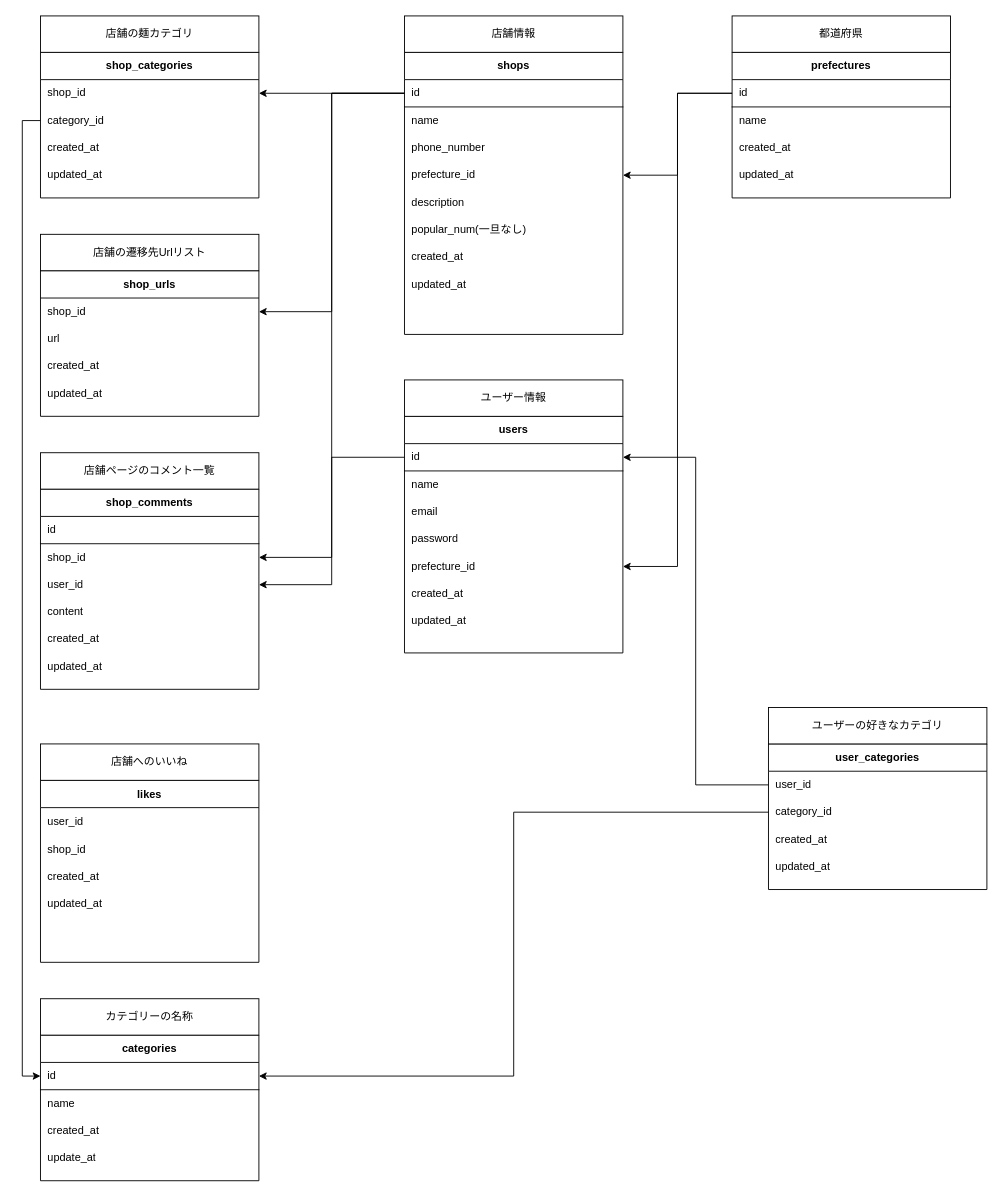
Above: er.dio in ny-bin/r-men-front (draw.io), before the change. Source tidied: cells renumbered, new cells numbered last; positions are measured from the earlier drawing's top-left corner, leaving out a move shared by most shapes. Both pictures are drawn from the tidied source at 91%, with x=0, y=0 at pixel (40, 15).
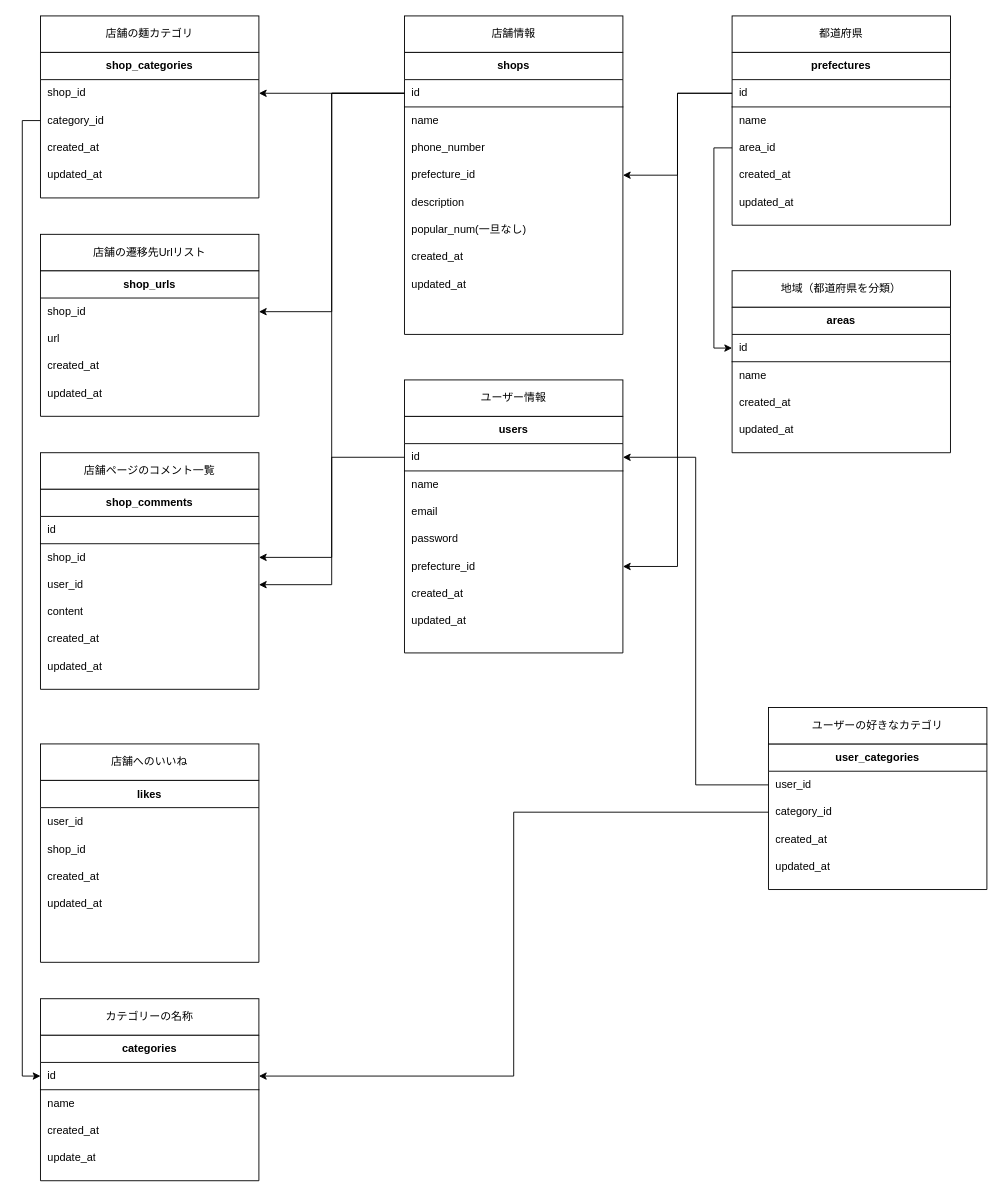
Above is the later version.

Change to the diagram source:
```diff
@@
     <mxCell id="52" value="prefectures" style="shape=table;html=1;whiteSpace=wrap;startSize=30;childLayout=tableLayout;rowLines=0;fontStyle=1;align=center;" parent="1" vertex="1">
-      <mxGeometry x="760" y="40" width="240" height="160" as="geometry" />
+      <mxGeometry x="760" y="40" width="240" height="190" as="geometry" />
     </mxCell>
@@
+    <mxCell id="119" style="shape=partialRectangle;html=1;whiteSpace=wrap;fillColor=none;top=0;left=0;bottom=0;right=0;points=[[0,0.5],[1,0.5]];portConstraint=eastwest;" parent="52" vertex="1">
+      <mxGeometry y="90" width="240" height="30" as="geometry" />
+    </mxCell>
+    <mxCell id="120" value="area_id" style="shape=partialRectangle;html=1;whiteSpace=wrap;fillColor=none;top=0;left=0;bottom=0;right=0;align=left;spacingLeft=6;overflow=hidden;" parent="119" vertex="1">
+      <mxGeometry width="240" height="30" as="geometry" />
+    </mxCell>
     <mxCell id="57" style="shape=partialRectangle;html=1;whiteSpace=wrap;fillColor=none;top=0;left=0;bottom=0;right=0;" parent="52" vertex="1">
-      <mxGeometry y="90" width="240" height="30" as="geometry" />
+      <mxGeometry y="120" width="240" height="30" as="geometry" />
     </mxCell>
@@
     <mxCell id="59" style="shape=partialRectangle;html=1;whiteSpace=wrap;fillColor=none;top=0;left=0;bottom=0;right=0;" parent="52" vertex="1">
-      <mxGeometry y="120" width="240" height="30" as="geometry" />
+      <mxGeometry y="150" width="240" height="30" as="geometry" />
     </mxCell>
@@
+    <mxCell id="121" value="areas" style="shape=table;html=1;whiteSpace=wrap;startSize=30;childLayout=tableLayout;rowLines=0;fontStyle=1;align=center;" parent="1" vertex="1">
+      <mxGeometry x="760" y="320" width="240" height="160" as="geometry" />
+    </mxCell>
+    <mxCell id="122" style="shape=partialRectangle;html=1;whiteSpace=wrap;fillColor=none;top=0;left=0;bottom=0;right=0;points=[[0,0.5],[1,0.5]];portConstraint=eastwest;" parent="121" vertex="1">
+      <mxGeometry y="30" width="240" height="30" as="geometry" />
+    </mxCell>
+    <mxCell id="123" value="id" style="shape=partialRectangle;html=1;whiteSpace=wrap;fillColor=none;top=0;left=0;bottom=1;right=0;align=left;spacingLeft=6;overflow=hidden;" parent="122" vertex="1">
+      <mxGeometry width="240" height="30" as="geometry" />
+    </mxCell>
+    <mxCell id="124" style="shape=partialRectangle;html=1;whiteSpace=wrap;fillColor=none;top=0;left=0;bottom=0;right=0;" parent="121" vertex="1">
+      <mxGeometry y="60" width="240" height="30" as="geometry" />
+    </mxCell>
+    <mxCell id="125" value="name" style="shape=partialRectangle;html=1;whiteSpace=wrap;fillColor=none;top=0;left=0;bottom=0;right=0;align=left;spacingLeft=6;overflow=hidden;" parent="124" vertex="1">
+      <mxGeometry width="240" height="30" as="geometry" />
+    </mxCell>
+    <mxCell id="126" style="shape=partialRectangle;html=1;whiteSpace=wrap;fillColor=none;top=0;left=0;bottom=0;right=0;" parent="121" vertex="1">
+      <mxGeometry y="90" width="240" height="30" as="geometry" />
+    </mxCell>
+    <mxCell id="127" value="created_at" style="shape=partialRectangle;html=1;whiteSpace=wrap;fillColor=none;top=0;left=0;bottom=0;right=0;align=left;spacingLeft=6;overflow=hidden;" parent="126" vertex="1">
+      <mxGeometry width="240" height="30" as="geometry" />
+    </mxCell>
+    <mxCell id="128" style="shape=partialRectangle;html=1;whiteSpace=wrap;fillColor=none;top=0;left=0;bottom=0;right=0;" parent="121" vertex="1">
+      <mxGeometry y="120" width="240" height="30" as="geometry" />
+    </mxCell>
+    <mxCell id="129" value="updated_at" style="shape=partialRectangle;html=1;whiteSpace=wrap;fillColor=none;top=0;left=0;bottom=0;right=0;align=left;spacingLeft=6;overflow=hidden;" parent="128" vertex="1">
+      <mxGeometry width="240" height="30" as="geometry" />
+    </mxCell>
+    <mxCell id="130" value="地域（都道府県を分類）" style="rounded=0;whiteSpace=wrap;html=1;" parent="1" vertex="1">
+      <mxGeometry x="760" y="280" width="240" height="40" as="geometry" />
+    </mxCell>
+    <mxCell id="131" style="edgeStyle=orthogonalEdgeStyle;rounded=0;jettySize=auto;html=1;exitX=0;exitY=0.5;exitDx=0;exitDy=0;entryX=0;entryY=0.5;entryDx=0;entryDy=0;" parent="1" edge="1" source="119" target="122">
+      <mxGeometry relative="1" as="geometry" />
+    </mxCell>
```
